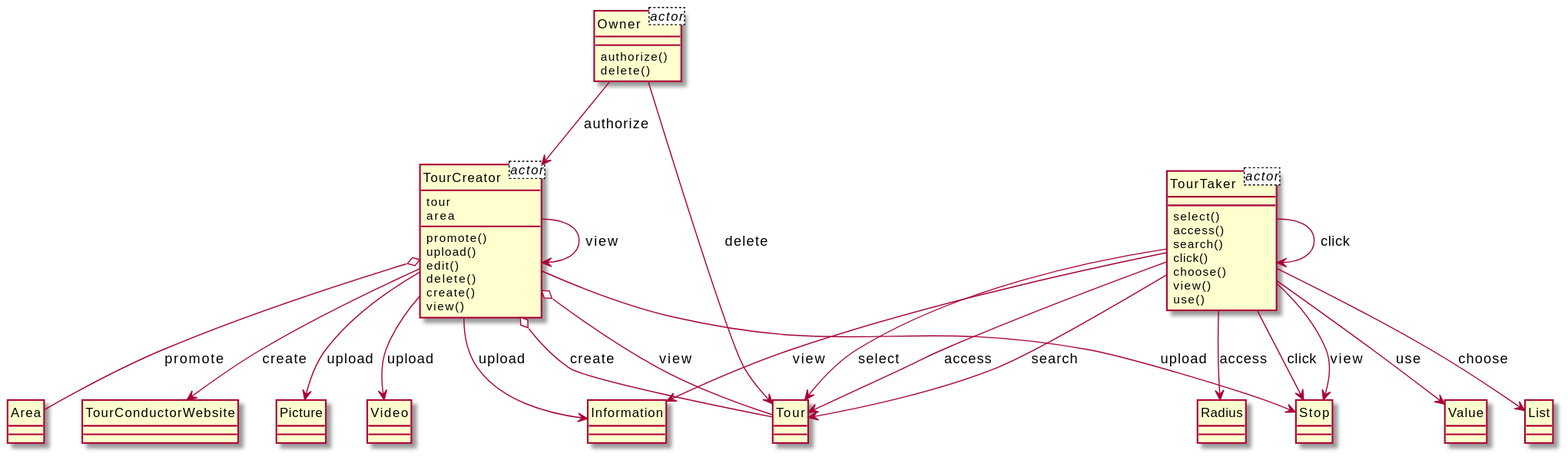
Earlier version of the PlantUML export output/diagram_5/2015-USC-Project05.svg (xixixhalu/DomainModelExtractor).
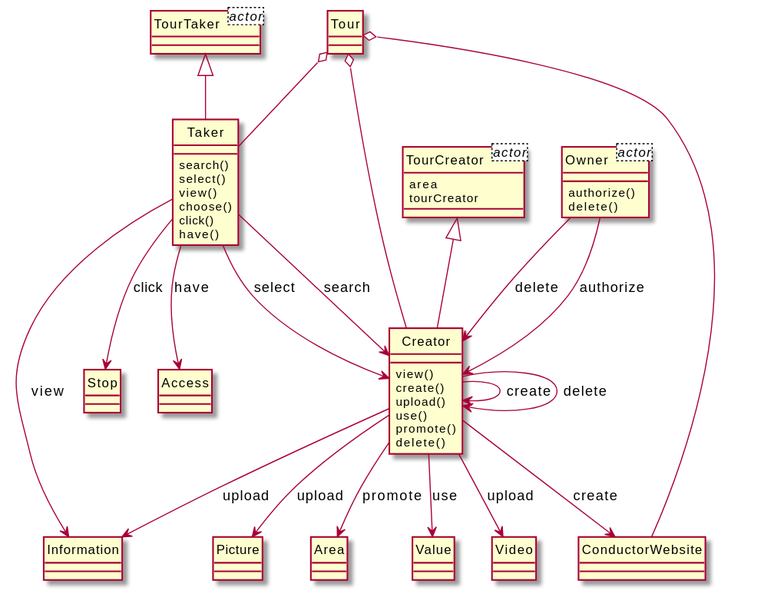
The same diagram one commit later.

The edit, as a diff of the source:
```diff
@@ -1,73 +1,73 @@
 @startuml
 hide circle
 class TourCreator<actor> {
-	tour
 	area
+	tourCreator
 }
 class Owner<actor> {
 }
 class TourTaker<actor> {
 }
-class TourCreator {
+class Tour {
+}
+class Taker {
+	search()
+	select()
+	view()
+	choose()
+	click()
+	have()
+}
+class ConductorWebsite {
+}
+class Creator {
+	view()
+	create()
+	upload()
+	use()
 	promote()
-	upload()
-	edit()
 	delete()
-	create()
-	view()
+}
+class Picture {
+}
+class Area {
+}
+class Stop {
+}
+class Access {
+}
+class Information {
+}
+class Value {
+}
+class Video {
 }
 class Owner {
 	authorize()
 	delete()
 }
 class TourTaker {
-	select()
-	access()
-	search()
-	click()
-	choose()
-	view()
-	use()
 }
-class Radius {
+class TourCreator {
 }
-class Value {
-}
-class Tour {
-}
-class TourConductorWebsite {
-}
-class Information {
-}
-class Stop {
-}
-class List {
-}
-class Picture {
-}
-class Video {
-}
-class Area {
-}
-TourTaker --> Radius : access
-TourTaker --> TourTaker : click
-TourTaker --> Value : use
-Owner --> TourCreator : authorize
-TourTaker --> Tour : select
-TourTaker --> List : choose
-Owner --> Tour : delete
-TourTaker --> Tour : access
-TourCreator --> Picture : upload
-TourTaker --> Stop : click
-TourCreator --> Stop : upload
-TourCreator --> TourCreator : view
-TourTaker --> Information : view
-TourCreator --> Information : upload
-TourCreator --> Video : upload
-TourTaker --> Stop : view
-TourCreator o-- Tour : create
-TourCreator o-- Area : promote
-TourTaker --> Tour : search
-TourCreator o-- Tour : view
-TourCreator --> TourConductorWebsite : create
+Creator --> Picture : upload
+Creator --> Creator : create
+Creator --> Creator : delete
+Creator --> Value : use
+Creator --> Area : promote
+Creator --> Video : upload
+Taker --> Stop : click
+Owner --> Creator : authorize
+Taker --> Creator : select
+Creator --> ConductorWebsite : create
+Creator --> Information : upload
+Taker --> Information : view
+Owner --> Creator : delete
+Tour o-- Creator
+TourTaker <|-- Taker
+Tour o-- Taker
+TourCreator <|-- Creator
+Tour o-- ConductorWebsite
+Taker --> Access : have
+Taker --> Creator : search
 @enduml
```
